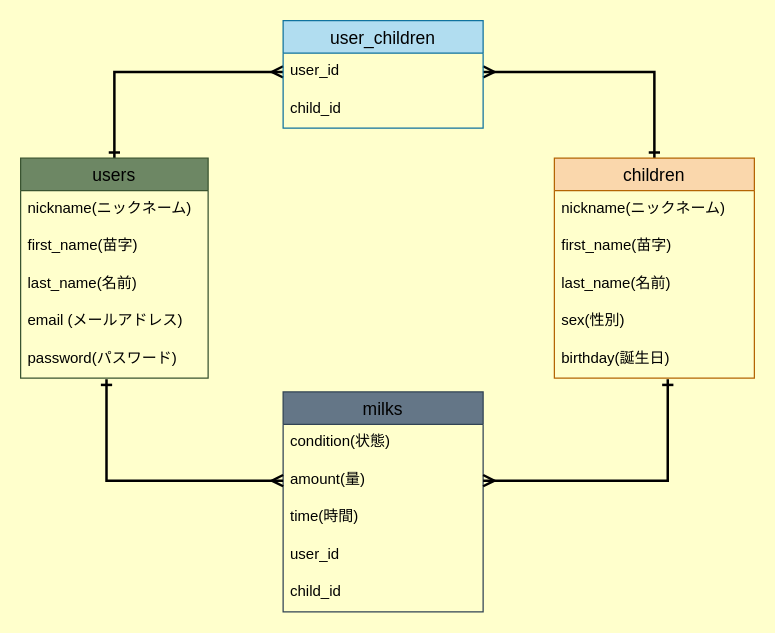
Before: child-growth.dio in Tomo-pc/child-growth, a draw.io diagram. Source tidied: cells renumbered, new cells numbered last; positions are measured from the earlier drawing's top-left corner, leaving out a move shared by most shapes. Both pictures are drawn from the tidied source at 125%, with x=0, y=0 at pixel (20, 20).
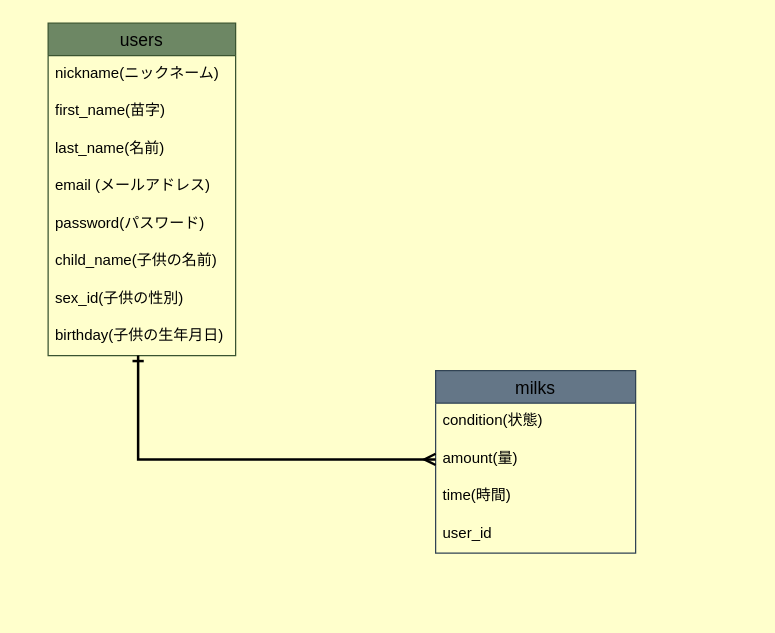
After the change.

The change refers to these unchanged cells:
```xml
<mxCell id="8" value="password(パスワード)" style="text;strokeColor=none;fillColor=none;spacingLeft=4;spacingRight=4;overflow=hidden;points=[[0,0.5],[1,0.5]];portConstraint=eastwest;fontSize=12;fontColor=#000000;" parent="3" vertex="1">
  <mxGeometry y="146" width="150" height="30" as="geometry" />
</mxCell>
<mxCell id="18" value="amount(量)" style="text;strokeColor=none;fillColor=none;spacingLeft=4;spacingRight=4;overflow=hidden;points=[[0,0.5],[1,0.5]];portConstraint=eastwest;fontSize=12;fontColor=#000000;" parent="16" vertex="1">
  <mxGeometry y="56" width="160" height="30" as="geometry" />
</mxCell>
```

What changed in the source:
```diff
@@
-    <mxCell id="2" style="edgeStyle=orthogonalEdgeStyle;html=1;exitX=0.5;exitY=0;exitDx=0;exitDy=0;entryX=0;entryY=0.5;entryDx=0;entryDy=0;fontColor=#000000;rounded=0;strokeColor=#000000;strokeWidth=2;startArrow=ERone;startFill=0;endArrow=ERmany;endFill=0;" parent="1" edge="1" source="3" target="23">
-      <mxGeometry relative="1" as="geometry" />
-    </mxCell>
     <mxCell id="3" value="users" style="swimlane;fontStyle=0;horizontal=1;startSize=26;align=center;fontSize=14;strokeColor=#3A5431;fillColor=#6d8764;fontColor=#000000;" parent="1" vertex="1">
-      <mxGeometry y="110" width="150" height="176" as="geometry" />
+      <mxGeometry x="22" y="2" width="150" height="266" as="geometry" />
     </mxCell>
@@
-    <mxCell id="9" style="edgeStyle=orthogonalEdgeStyle;rounded=0;html=1;exitX=0.5;exitY=0;exitDx=0;exitDy=0;entryX=1;entryY=0.5;entryDx=0;entryDy=0;strokeColor=#000000;strokeWidth=2;fontColor=#000000;startArrow=ERone;startFill=0;endArrow=ERmany;endFill=0;" parent="1" edge="1" source="10" target="23">
-      <mxGeometry relative="1" as="geometry" />
-    </mxCell>
-    <mxCell id="10" value="children" style="swimlane;fontStyle=0;horizontal=1;startSize=26;align=center;fontSize=14;strokeColor=#b46504;fillColor=#fad7ac;fontColor=#000000;" parent="1" vertex="1">
-      <mxGeometry x="427" y="110" width="160" height="176" as="geometry" />
-    </mxCell>
-    <mxCell id="11" value="nickname(ニックネーム)" style="text;strokeColor=none;fillColor=none;spacingLeft=4;spacingRight=4;overflow=hidden;fontSize=12;fontColor=#000000;" parent="10" vertex="1">
-      <mxGeometry y="26" width="160" height="30" as="geometry" />
-    </mxCell>
-    <mxCell id="12" value="first_name(苗字)" style="text;strokeColor=none;fillColor=none;spacingLeft=4;spacingRight=4;overflow=hidden;fontSize=12;fontColor=#000000;" parent="10" vertex="1">
-      <mxGeometry y="56" width="160" height="30" as="geometry" />
-    </mxCell>
-    <mxCell id="13" value="last_name(名前)" style="text;strokeColor=none;fillColor=none;spacingLeft=4;spacingRight=4;overflow=hidden;fontSize=12;fontColor=#000000;" parent="10" vertex="1">
-      <mxGeometry y="86" width="160" height="30" as="geometry" />
-    </mxCell>
-    <mxCell id="14" value="sex(性別)" style="text;strokeColor=none;fillColor=none;spacingLeft=4;spacingRight=4;overflow=hidden;fontSize=12;fontColor=#000000;" parent="10" vertex="1">
-      <mxGeometry y="116" width="160" height="30" as="geometry" />
-    </mxCell>
-    <mxCell id="15" value="birthday(誕生日)" style="text;strokeColor=none;fillColor=none;spacingLeft=4;spacingRight=4;overflow=hidden;points=[[0,0.5],[1,0.5]];portConstraint=eastwest;fontSize=12;fontColor=#000000;" parent="10" vertex="1">
-      <mxGeometry y="146" width="160" height="30" as="geometry" />
-    </mxCell>
+    <mxCell id="27" value="child_name(子供の名前)" style="text;strokeColor=none;fillColor=none;spacingLeft=4;spacingRight=4;overflow=hidden;fontSize=12;fontColor=#000000;" parent="3" vertex="1">
+      <mxGeometry y="176" width="150" height="30" as="geometry" />
+    </mxCell>
+    <mxCell id="28" value="sex_id(子供の性別)" style="text;strokeColor=none;fillColor=none;spacingLeft=4;spacingRight=4;overflow=hidden;fontSize=12;fontColor=#000000;" parent="3" vertex="1">
+      <mxGeometry y="206" width="150" height="30" as="geometry" />
+    </mxCell>
+    <mxCell id="29" value="birthday(子供の生年月日)" style="text;strokeColor=none;fillColor=none;spacingLeft=4;spacingRight=4;overflow=hidden;points=[[0,0.5],[1,0.5]];portConstraint=eastwest;fontSize=12;fontColor=#000000;" parent="3" vertex="1">
+      <mxGeometry y="236" width="150" height="30" as="geometry" />
+    </mxCell>
     <mxCell id="16" value="milks" style="swimlane;fontStyle=0;horizontal=1;startSize=26;align=center;fontSize=14;strokeColor=#314354;fillColor=#647687;fontColor=#000000;" parent="1" vertex="1">
-      <mxGeometry x="210" y="297" width="160" height="176" as="geometry" />
+      <mxGeometry x="332" y="280" width="160" height="146" as="geometry" />
     </mxCell>
@@
-    <mxCell id="21" value="child_id" style="text;strokeColor=none;fillColor=none;spacingLeft=4;spacingRight=4;overflow=hidden;fontSize=12;fontColor=#000000;" parent="16" vertex="1">
-      <mxGeometry y="146" width="160" height="30" as="geometry" />
-    </mxCell>
-    <mxCell id="22" value="user_children" style="swimlane;fontStyle=0;horizontal=1;startSize=26;align=center;fontSize=14;strokeColor=#10739e;fillColor=#b1ddf0;fontColor=#000000;" parent="1" vertex="1">
-      <mxGeometry x="210" width="160" height="86" as="geometry" />
-    </mxCell>
-    <mxCell id="23" value="user_id" style="text;strokeColor=none;fillColor=none;spacingLeft=4;spacingRight=4;overflow=hidden;points=[[0,0.5],[1,0.5]];portConstraint=eastwest;fontSize=12;fontColor=#000000;" parent="22" vertex="1">
-      <mxGeometry y="26" width="160" height="30" as="geometry" />
-    </mxCell>
-    <mxCell id="24" value="child_id" style="text;strokeColor=none;fillColor=none;spacingLeft=4;spacingRight=4;overflow=hidden;fontSize=12;fontColor=#000000;" parent="22" vertex="1">
-      <mxGeometry y="56" width="160" height="30" as="geometry" />
-    </mxCell>
-    <mxCell id="25" style="edgeStyle=orthogonalEdgeStyle;rounded=0;html=1;exitX=1;exitY=0.5;exitDx=0;exitDy=0;entryX=0.567;entryY=1.031;entryDx=0;entryDy=0;entryPerimeter=0;strokeColor=#000000;strokeWidth=2;fontColor=#000000;startArrow=ERmany;startFill=0;endArrow=ERone;endFill=0;" parent="1" edge="1" source="18" target="15">
-      <mxGeometry relative="1" as="geometry" />
-    </mxCell>
-    <mxCell id="26" style="edgeStyle=orthogonalEdgeStyle;rounded=0;html=1;exitX=0;exitY=0.5;exitDx=0;exitDy=0;entryX=0.458;entryY=1.031;entryDx=0;entryDy=0;entryPerimeter=0;strokeColor=#000000;strokeWidth=2;fontColor=#000000;startArrow=ERmany;startFill=0;endArrow=ERone;endFill=0;" parent="1" edge="1" source="18" target="8">
+    <mxCell id="26" style="edgeStyle=orthogonalEdgeStyle;rounded=0;html=1;exitX=0;exitY=0.5;exitDx=0;exitDy=0;strokeColor=#000000;strokeWidth=2;fontColor=#000000;startArrow=ERmany;startFill=0;endArrow=ERone;endFill=0;entryX=0.48;entryY=0.995;entryDx=0;entryDy=0;entryPerimeter=0;" parent="1" edge="1" source="18" target="29">
       <mxGeometry relative="1" as="geometry" />
     </mxCell>
```
